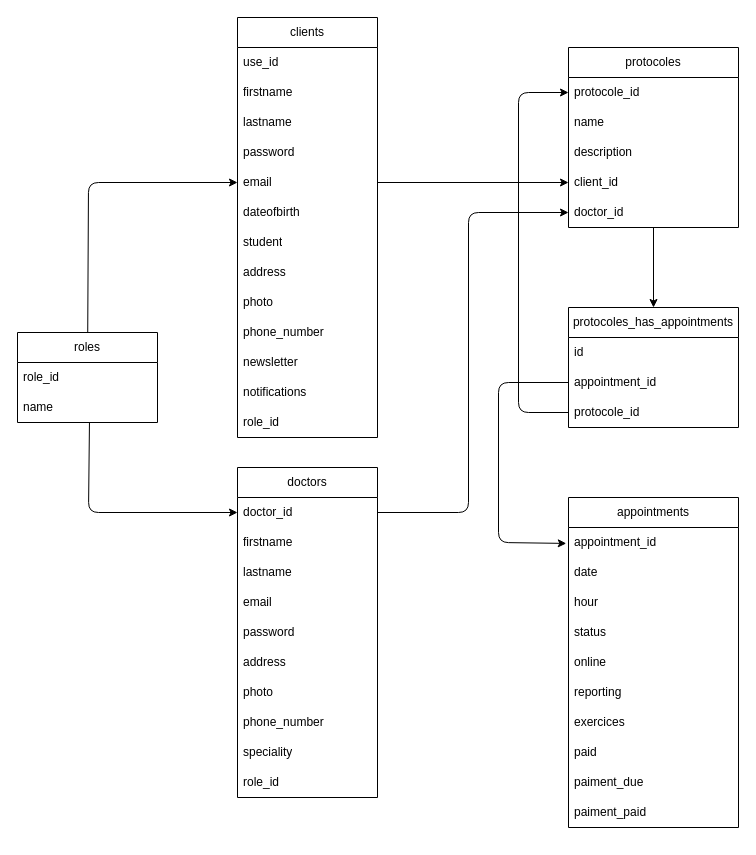
The draw.io diagram app/project_analysis/mld/mld.drawio in AlexSearha/KL-sophro-React-Back, before the edit. Source tidied: cells renumbered, new cells numbered last; positions are measured from the earlier drawing's top-left corner, leaving out a move shared by most shapes. Both pictures are drawn from the tidied source at 100%, with x=0, y=0 at pixel (17, 17).
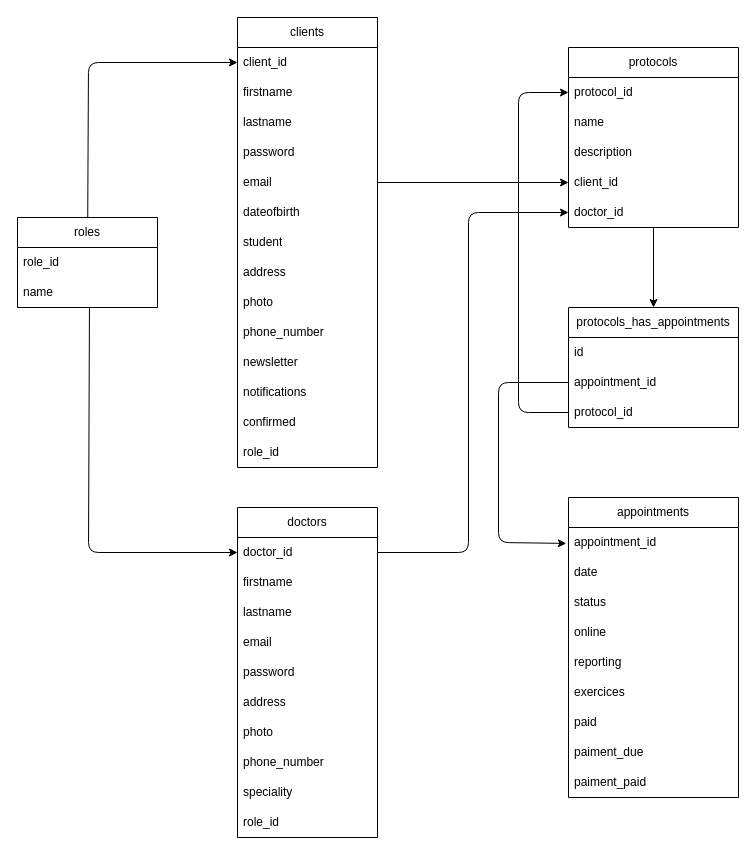
Above is the later version.

Commit message (it also covers changes not shown here):
Ajout model sequelize PROTOCOL + index

Unchanged cells that the change refers to:
```xml
<mxCell id="7" value="email" style="text;strokeColor=none;fillColor=none;align=left;verticalAlign=middle;spacingLeft=4;spacingRight=4;overflow=hidden;points=[[0,0.5],[1,0.5]];portConstraint=eastwest;whiteSpace=wrap;html=1;" parent="2" vertex="1">
  <mxGeometry y="150" width="140" height="30" as="geometry" />
</mxCell>
<mxCell id="17" value="doctor_id" style="text;strokeColor=none;fillColor=none;align=left;verticalAlign=middle;spacingLeft=4;spacingRight=4;overflow=hidden;points=[[0,0.5],[1,0.5]];portConstraint=eastwest;whiteSpace=wrap;html=1;" parent="16" vertex="1">
  <mxGeometry y="30" width="140" height="30" as="geometry" />
</mxCell>
<mxCell id="41" value="name" style="text;strokeColor=none;fillColor=none;align=left;verticalAlign=middle;spacingLeft=4;spacingRight=4;overflow=hidden;points=[[0,0.5],[1,0.5]];portConstraint=eastwest;whiteSpace=wrap;html=1;" parent="39" vertex="1">
  <mxGeometry y="60" width="140" height="30" as="geometry" />
</mxCell>
<mxCell id="47" value="doctor_id" style="text;strokeColor=none;fillColor=none;align=left;verticalAlign=middle;spacingLeft=4;spacingRight=4;overflow=hidden;points=[[0,0.5],[1,0.5]];portConstraint=eastwest;whiteSpace=wrap;html=1;" parent="42" vertex="1">
  <mxGeometry y="150" width="170" height="30" as="geometry" />
</mxCell>
```

What changed in the source:
```diff
@@
     <mxCell id="2" value="clients" style="swimlane;fontStyle=0;horizontal=1;startSize=30;whiteSpace=wrap;html=1;" parent="1" vertex="1">
-      <mxGeometry x="220" width="140" height="420" as="geometry" />
+      <mxGeometry x="220" width="140" height="450" as="geometry" />
     </mxCell>
-    <mxCell id="3" value="use_id" style="text;strokeColor=none;fillColor=none;align=left;verticalAlign=middle;spacingLeft=4;spacingRight=4;overflow=hidden;points=[[0,0.5],[1,0.5]];portConstraint=eastwest;whiteSpace=wrap;html=1;" parent="2" vertex="1">
+    <mxCell id="3" value="client_id" style="text;strokeColor=none;fillColor=none;align=left;verticalAlign=middle;spacingLeft=4;spacingRight=4;overflow=hidden;points=[[0,0.5],[1,0.5]];portConstraint=eastwest;whiteSpace=wrap;html=1;" parent="2" vertex="1">
       <mxGeometry y="30" width="140" height="30" as="geometry" />
     </mxCell>
@@
+    <mxCell id="58" value="confirmed" style="text;strokeColor=none;fillColor=none;align=left;verticalAlign=middle;spacingLeft=4;spacingRight=4;overflow=hidden;whiteSpace=wrap;html=1;" parent="2" vertex="1">
+      <mxGeometry y="390" width="140" height="30" as="geometry" />
+    </mxCell>
     <mxCell id="15" value="role_id" style="text;strokeColor=none;fillColor=none;align=left;verticalAlign=middle;spacingLeft=4;spacingRight=4;overflow=hidden;whiteSpace=wrap;html=1;" parent="2" vertex="1">
-      <mxGeometry y="390" width="140" height="30" as="geometry" />
+      <mxGeometry y="420" width="140" height="30" as="geometry" />
     </mxCell>
     <mxCell id="16" value="doctors" style="swimlane;fontStyle=0;horizontal=1;startSize=30;whiteSpace=wrap;html=1;" parent="1" vertex="1">
-      <mxGeometry x="220" y="450" width="140" height="330" as="geometry" />
+      <mxGeometry x="220" y="490" width="140" height="330" as="geometry" />
     </mxCell>
@@
     <mxCell id="27" value="appointments" style="swimlane;fontStyle=0;horizontal=1;startSize=30;whiteSpace=wrap;html=1;" parent="1" vertex="1">
-      <mxGeometry x="551" y="480" width="170" height="330" as="geometry" />
+      <mxGeometry x="551" y="480" width="170" height="300" as="geometry" />
     </mxCell>
@@
-    <mxCell id="30" value="hour" style="text;strokeColor=none;fillColor=none;align=left;verticalAlign=middle;spacingLeft=4;spacingRight=4;overflow=hidden;whiteSpace=wrap;html=1;" parent="27" vertex="1">
-      <mxGeometry y="90" width="170" height="30" as="geometry" />
-    </mxCell>
     <mxCell id="31" value="status" style="text;strokeColor=none;fillColor=none;align=left;verticalAlign=middle;spacingLeft=4;spacingRight=4;overflow=hidden;whiteSpace=wrap;html=1;" parent="27" vertex="1">
-      <mxGeometry y="120" width="170" height="30" as="geometry" />
+      <mxGeometry y="90" width="170" height="30" as="geometry" />
     </mxCell>
     <mxCell id="32" value="online" style="text;strokeColor=none;fillColor=none;align=left;verticalAlign=middle;spacingLeft=4;spacingRight=4;overflow=hidden;whiteSpace=wrap;html=1;" parent="27" vertex="1">
-      <mxGeometry y="150" width="170" height="30" as="geometry" />
+      <mxGeometry y="120" width="170" height="30" as="geometry" />
     </mxCell>
     <mxCell id="33" value="reporting" style="text;strokeColor=none;fillColor=none;align=left;verticalAlign=middle;spacingLeft=4;spacingRight=4;overflow=hidden;whiteSpace=wrap;html=1;" parent="27" vertex="1">
-      <mxGeometry y="180" width="170" height="30" as="geometry" />
+      <mxGeometry y="150" width="170" height="30" as="geometry" />
     </mxCell>
     <mxCell id="34" value="exercices" style="text;strokeColor=none;fillColor=none;align=left;verticalAlign=middle;spacingLeft=4;spacingRight=4;overflow=hidden;whiteSpace=wrap;html=1;" parent="27" vertex="1">
-      <mxGeometry y="210" width="170" height="30" as="geometry" />
+      <mxGeometry y="180" width="170" height="30" as="geometry" />
     </mxCell>
     <mxCell id="35" value="paid" style="text;strokeColor=none;fillColor=none;align=left;verticalAlign=middle;spacingLeft=4;spacingRight=4;overflow=hidden;whiteSpace=wrap;html=1;" parent="27" vertex="1">
-      <mxGeometry y="240" width="170" height="30" as="geometry" />
+      <mxGeometry y="210" width="170" height="30" as="geometry" />
     </mxCell>
     <mxCell id="36" value="paiment_due" style="text;strokeColor=none;fillColor=none;align=left;verticalAlign=middle;spacingLeft=4;spacingRight=4;overflow=hidden;whiteSpace=wrap;html=1;" parent="27" vertex="1">
-      <mxGeometry y="270" width="170" height="30" as="geometry" />
+      <mxGeometry y="240" width="170" height="30" as="geometry" />
     </mxCell>
     <mxCell id="37" value="paiment_paid" style="text;strokeColor=none;fillColor=none;align=left;verticalAlign=middle;spacingLeft=4;spacingRight=4;overflow=hidden;whiteSpace=wrap;html=1;" parent="27" vertex="1">
-      <mxGeometry y="300" width="170" height="30" as="geometry" />
+      <mxGeometry y="270" width="170" height="30" as="geometry" />
     </mxCell>
-    <mxCell id="38" style="edgeStyle=none;html=1;entryX=0;entryY=0.5;entryDx=0;entryDy=0;" parent="1" edge="1" source="39" target="7">
+    <mxCell id="38" style="edgeStyle=none;html=1;entryX=0;entryY=0.5;entryDx=0;entryDy=0;" parent="1" edge="1" source="39" target="3">
       <mxGeometry relative="1" as="geometry">
         <Array as="points">
-          <mxPoint x="71" y="165" />
+          <mxPoint x="71" y="45" />
         </Array>
       </mxGeometry>
     </mxCell>
     <mxCell id="39" value="roles" style="swimlane;fontStyle=0;horizontal=1;startSize=30;whiteSpace=wrap;html=1;" parent="1" vertex="1">
-      <mxGeometry y="315" width="140" height="90" as="geometry" />
+      <mxGeometry y="200" width="140" height="90" as="geometry" />
     </mxCell>
@@
-    <mxCell id="42" value="protocoles" style="swimlane;fontStyle=0;horizontal=1;startSize=30;whiteSpace=wrap;html=1;" parent="1" vertex="1">
+    <mxCell id="42" value="protocols" style="swimlane;fontStyle=0;horizontal=1;startSize=30;whiteSpace=wrap;html=1;" parent="1" vertex="1">
       <mxGeometry x="551" y="30" width="170" height="180" as="geometry" />
     </mxCell>
-    <mxCell id="43" value="protocole_id" style="text;strokeColor=none;fillColor=none;align=left;verticalAlign=middle;spacingLeft=4;spacingRight=4;overflow=hidden;whiteSpace=wrap;html=1;" parent="42" vertex="1">
+    <mxCell id="43" value="protocol_id" style="text;strokeColor=none;fillColor=none;align=left;verticalAlign=middle;spacingLeft=4;spacingRight=4;overflow=hidden;whiteSpace=wrap;html=1;" parent="42" vertex="1">
       <mxGeometry y="30" width="170" height="30" as="geometry" />
     </mxCell>
@@
-    <mxCell id="48" value="protocoles_has_appointments&lt;br&gt;" style="swimlane;fontStyle=0;horizontal=1;startSize=30;whiteSpace=wrap;html=1;" parent="1" vertex="1">
+    <mxCell id="48" value="protocols_has_appointments" style="swimlane;fontStyle=0;horizontal=1;startSize=30;whiteSpace=wrap;html=1;" parent="1" vertex="1">
       <mxGeometry x="551" y="290" width="170" height="120" as="geometry" />
     </mxCell>
@@
-    <mxCell id="51" value="protocole_id" style="text;strokeColor=none;fillColor=none;align=left;verticalAlign=middle;spacingLeft=4;spacingRight=4;overflow=hidden;points=[[0,0.5],[1,0.5]];portConstraint=eastwest;whiteSpace=wrap;html=1;" parent="48" vertex="1">
+    <mxCell id="51" value="protocol_id" style="text;strokeColor=none;fillColor=none;align=left;verticalAlign=middle;spacingLeft=4;spacingRight=4;overflow=hidden;points=[[0,0.5],[1,0.5]];portConstraint=eastwest;whiteSpace=wrap;html=1;" parent="48" vertex="1">
       <mxGeometry y="90" width="170" height="30" as="geometry" />
     </mxCell>
     <mxCell id="52" style="edgeStyle=none;html=1;entryX=0;entryY=0.5;entryDx=0;entryDy=0;exitX=0.514;exitY=1.005;exitDx=0;exitDy=0;exitPerimeter=0;" parent="1" edge="1" source="41" target="17">
       <mxGeometry relative="1" as="geometry">
         <Array as="points">
-          <mxPoint x="71" y="495" />
+          <mxPoint x="71" y="535" />
         </Array>
       </mxGeometry>
     </mxCell>
     <mxCell id="53" style="edgeStyle=none;html=1;entryX=0;entryY=0.5;entryDx=0;entryDy=0;exitX=1;exitY=0.5;exitDx=0;exitDy=0;" parent="1" edge="1" source="17" target="47">
       <mxGeometry relative="1" as="geometry">
         <Array as="points">
-          <mxPoint x="451" y="495" />
+          <mxPoint x="451" y="535" />
           <mxPoint x="451" y="195" />
         </Array>
       </mxGeometry>
     </mxCell>
```
